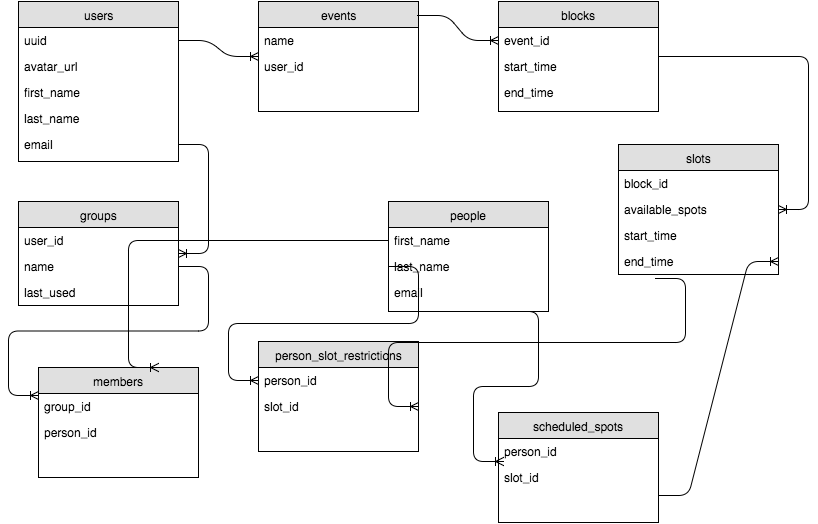
This is notes/Schedule All The People.png from nvanselow/schedule_all_the_people, a draw.io export, as it was before one commit. Source tidied: cells renumbered, new cells last; positions are measured from the earlier drawing's top-left corner, leaving out a move shared by most shapes.
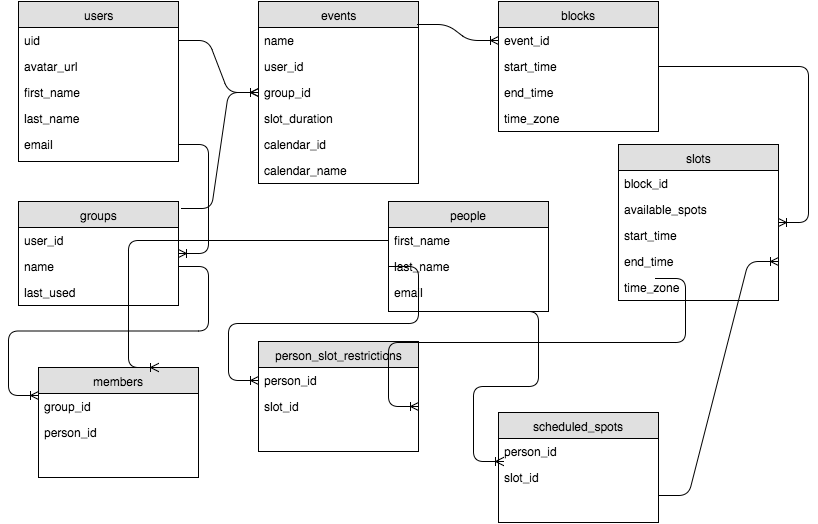
The same file after the commit.

Commit message:
Update ERD diagrams

The edit, as a diff of the source:
```diff
@@ -5,7 +5,7 @@
     <mxCell id="2" value="users" style="swimlane;html=1;fontStyle=0;horizontal=1;startSize=26;fillColor=#e0e0e0;swimlaneFillColor=#ffffff;align=center;" parent="1" vertex="1">
       <mxGeometry width="160" height="160" as="geometry" />
     </mxCell>
-    <mxCell id="3" value="uuid" style="text;html=1;strokeColor=none;fillColor=none;spacingLeft=4;spacingRight=4;whiteSpace=wrap;overflow=hidden;points=[[0,0.5],[1,0.5]];portConstraint=eastwest;" parent="2" vertex="1">
+    <mxCell id="3" value="uid" style="text;html=1;strokeColor=none;fillColor=none;spacingLeft=4;spacingRight=4;whiteSpace=wrap;overflow=hidden;points=[[0,0.5],[1,0.5]];portConstraint=eastwest;" parent="2" vertex="1">
       <mxGeometry y="26" width="160" height="26" as="geometry" />
     </mxCell>
     <mxCell id="4" value="avatar_url" style="text;html=1;strokeColor=none;fillColor=none;spacingLeft=4;spacingRight=4;whiteSpace=wrap;overflow=hidden;" parent="2" vertex="1">
@@ -21,7 +21,7 @@
       <mxGeometry y="130" width="160" height="26" as="geometry" />
     </mxCell>
     <mxCell id="8" value="events" style="swimlane;html=1;fontStyle=0;horizontal=1;startSize=26;fillColor=#e0e0e0;swimlaneFillColor=#ffffff;align=center;" parent="1" vertex="1">
-      <mxGeometry x="240" width="160" height="110" as="geometry" />
+      <mxGeometry x="240" width="160" height="182" as="geometry" />
     </mxCell>
     <mxCell id="9" value="name" style="text;html=1;strokeColor=none;fillColor=none;spacingLeft=4;spacingRight=4;whiteSpace=wrap;overflow=hidden;" parent="8" vertex="1">
       <mxGeometry y="26" width="160" height="26" as="geometry" />
@@ -29,11 +29,23 @@
     <mxCell id="10" value="user_id" style="text;html=1;strokeColor=none;fillColor=none;spacingLeft=4;spacingRight=4;whiteSpace=wrap;overflow=hidden;" parent="8" vertex="1">
       <mxGeometry y="52" width="160" height="26" as="geometry" />
     </mxCell>
+    <mxCell id="47" value="group_id" style="text;html=1;strokeColor=none;fillColor=none;spacingLeft=4;spacingRight=4;whiteSpace=wrap;overflow=hidden;points=[[0,0.5],[1,0.5]];portConstraint=eastwest;" parent="8" vertex="1">
+      <mxGeometry y="78" width="160" height="26" as="geometry" />
+    </mxCell>
+    <mxCell id="48" value="slot_duration" style="text;html=1;strokeColor=none;fillColor=none;spacingLeft=4;spacingRight=4;whiteSpace=wrap;overflow=hidden;" parent="8" vertex="1">
+      <mxGeometry y="104" width="160" height="26" as="geometry" />
+    </mxCell>
+    <mxCell id="49" value="calendar_id" style="text;html=1;strokeColor=none;fillColor=none;spacingLeft=4;spacingRight=4;whiteSpace=wrap;overflow=hidden;" parent="8" vertex="1">
+      <mxGeometry y="130" width="160" height="26" as="geometry" />
+    </mxCell>
+    <mxCell id="50" value="calendar_name" style="text;html=1;strokeColor=none;fillColor=none;spacingLeft=4;spacingRight=4;whiteSpace=wrap;overflow=hidden;" parent="8" vertex="1">
+      <mxGeometry y="156" width="160" height="26" as="geometry" />
+    </mxCell>
     <mxCell id="11" style="edgeStyle=entityRelationEdgeStyle;html=1;endArrow=ERoneToMany;exitX=1;exitY=0.5;" parent="1" edge="1" source="3" target="8">
       <mxGeometry relative="1" as="geometry" />
     </mxCell>
     <mxCell id="12" value="blocks" style="swimlane;html=1;fontStyle=0;horizontal=1;startSize=26;fillColor=#e0e0e0;swimlaneFillColor=#ffffff;align=center;" parent="1" vertex="1">
-      <mxGeometry x="480" width="160" height="110" as="geometry" />
+      <mxGeometry x="480" width="160" height="130" as="geometry" />
     </mxCell>
     <mxCell id="13" value="event_id" style="text;html=1;strokeColor=none;fillColor=none;spacingLeft=4;spacingRight=4;whiteSpace=wrap;overflow=hidden;points=[[0,0.5],[1,0.5]];portConstraint=eastwest;" parent="12" vertex="1">
       <mxGeometry y="26" width="160" height="26" as="geometry" />
@@ -44,11 +56,14 @@
     <mxCell id="15" value="end_time" style="text;html=1;strokeColor=none;fillColor=none;spacingLeft=4;spacingRight=4;whiteSpace=wrap;overflow=hidden;" parent="12" vertex="1">
       <mxGeometry y="78" width="160" height="26" as="geometry" />
     </mxCell>
+    <mxCell id="51" value="time_zone" style="text;html=1;strokeColor=none;fillColor=none;spacingLeft=4;spacingRight=4;whiteSpace=wrap;overflow=hidden;" parent="12" vertex="1">
+      <mxGeometry y="104" width="160" height="26" as="geometry" />
+    </mxCell>
     <mxCell id="16" style="edgeStyle=entityRelationEdgeStyle;html=1;endArrow=ERoneToMany;exitX=0.994;exitY=0.127;exitPerimeter=0;entryX=0;entryY=0.5;" parent="1" edge="1" source="8" target="13">
       <mxGeometry relative="1" as="geometry" />
     </mxCell>
     <mxCell id="17" value="slots" style="swimlane;html=1;fontStyle=0;horizontal=1;startSize=26;fillColor=#e0e0e0;swimlaneFillColor=#ffffff;align=center;" parent="1" vertex="1">
-      <mxGeometry x="600" y="143" width="160" height="130" as="geometry" />
+      <mxGeometry x="600" y="143" width="160" height="156" as="geometry" />
     </mxCell>
     <mxCell id="18" value="block_id" style="text;html=1;strokeColor=none;fillColor=none;spacingLeft=4;spacingRight=4;whiteSpace=wrap;overflow=hidden;" parent="17" vertex="1">
       <mxGeometry y="26" width="160" height="26" as="geometry" />
@@ -62,6 +77,9 @@
     <mxCell id="21" value="end_time" style="text;html=1;strokeColor=none;fillColor=none;spacingLeft=4;spacingRight=4;whiteSpace=wrap;overflow=hidden;points=[[0,0.5],[1,0.5]];portConstraint=eastwest;" parent="17" vertex="1">
       <mxGeometry y="104" width="160" height="26" as="geometry" />
     </mxCell>
+    <mxCell id="52" value="time_zone" style="text;html=1;strokeColor=none;fillColor=none;spacingLeft=4;spacingRight=4;whiteSpace=wrap;overflow=hidden;" parent="17" vertex="1">
+      <mxGeometry y="130" width="160" height="26" as="geometry" />
+    </mxCell>
     <mxCell id="22" style="edgeStyle=entityRelationEdgeStyle;html=1;endArrow=ERoneToMany;" parent="1" edge="1" source="12" target="17">
       <mxGeometry relative="1" as="geometry" />
     </mxCell>
@@ -137,5 +155,8 @@
     <mxCell id="46" style="edgeStyle=entityRelationEdgeStyle;html=1;endArrow=ERoneToMany;entryX=0.75;entryY=0;" parent="1" edge="1" source="24" target="43">
       <mxGeometry relative="1" as="geometry" />
     </mxCell>
+    <mxCell id="53" style="edgeStyle=entityRelationEdgeStyle;html=1;endArrow=ERoneToMany;entryX=0;entryY=0.5;exitX=1.019;exitY=0.067;exitPerimeter=0;" parent="1" edge="1" source="27" target="47">
+      <mxGeometry relative="1" as="geometry" />
+    </mxCell>
   </root>
 </mxGraphModel>
```
